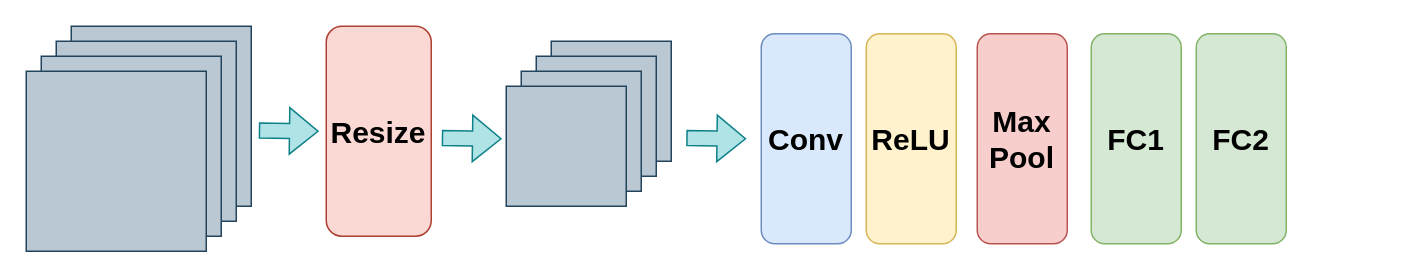
Above: 数字音视频分析课程/神经网路可视化.drawio in shinejjy/Flow-Chart (draw.io), before the change. Source tidied: cells renumbered, new cells numbered last; positions are measured from the earlier drawing's top-left corner, leaving out a move shared by most shapes. Both pictures are drawn from the tidied source at 150%, with x=0, y=0 at pixel (26, 26).
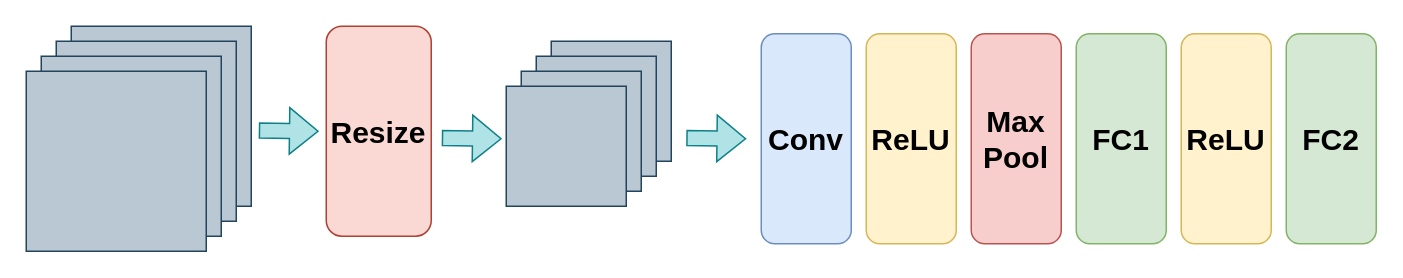
After the change.

Change to the diagram source:
```diff
@@
     <mxCell id="4" value="&lt;span style=&quot;font-size: 20px;&quot;&gt;&lt;b&gt;Max&lt;br&gt;Pool&lt;br&gt;&lt;/b&gt;&lt;/span&gt;" style="rounded=1;whiteSpace=wrap;html=1;fillColor=#f8cecc;strokeColor=#b85450;" parent="1" vertex="1">
-      <mxGeometry x="634" y="5" width="60" height="140" as="geometry" />
+      <mxGeometry x="630" y="5" width="60" height="140" as="geometry" />
     </mxCell>
     <mxCell id="5" value="&lt;span style=&quot;font-size: 20px;&quot;&gt;&lt;b&gt;FC1&lt;/b&gt;&lt;/span&gt;" style="rounded=1;whiteSpace=wrap;html=1;fillColor=#d5e8d4;strokeColor=#82b366;" parent="1" vertex="1">
-      <mxGeometry x="710" y="5" width="60" height="140" as="geometry" />
+      <mxGeometry x="700" y="5" width="60" height="140" as="geometry" />
     </mxCell>
     <mxCell id="6" value="&lt;font style=&quot;font-size: 20px;&quot;&gt;&lt;b&gt;FC2&lt;/b&gt;&lt;/font&gt;" style="rounded=1;whiteSpace=wrap;html=1;fillColor=#d5e8d4;strokeColor=#82b366;" parent="1" vertex="1">
-      <mxGeometry x="780" y="5" width="60" height="140" as="geometry" />
+      <mxGeometry x="840" y="5" width="60" height="140" as="geometry" />
     </mxCell>
@@
+    <mxCell id="21" value="&lt;span style=&quot;font-size: 20px;&quot;&gt;&lt;b&gt;ReLU&lt;br&gt;&lt;/b&gt;&lt;/span&gt;" style="rounded=1;whiteSpace=wrap;html=1;fillColor=#fff2cc;strokeColor=#d6b656;" parent="1" vertex="1">
+      <mxGeometry x="770" y="5" width="60" height="140" as="geometry" />
+    </mxCell>
```
